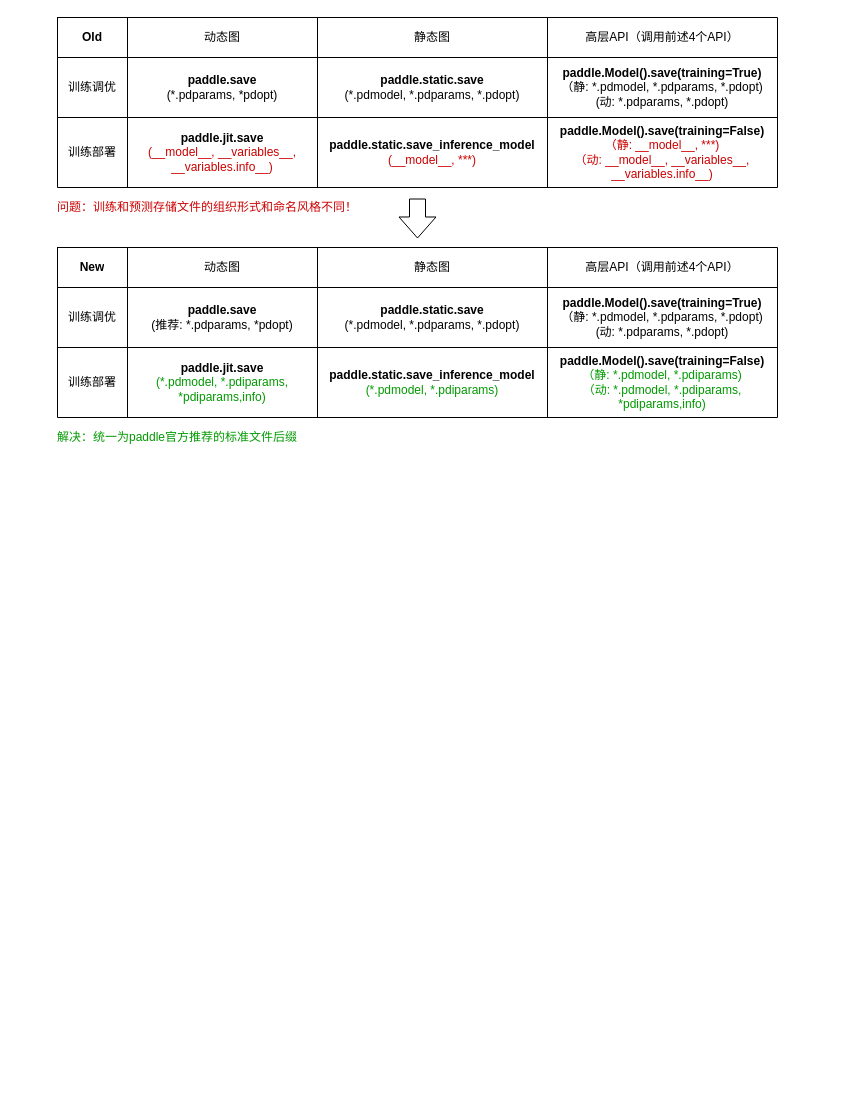
hbwx24/draw.io keeps this draw.io diagram as page "save-result" (1 of 4) of diagrams/new_save_load.drawio. Above is the earlier version. Source tidied: cells renumbered, new cells numbered last; positions are measured from the earlier drawing's top-left corner, leaving out a move shared by most shapes. Both pictures are drawn from the tidied source at 100%, with x=0, y=0 at pixel (17, 17).
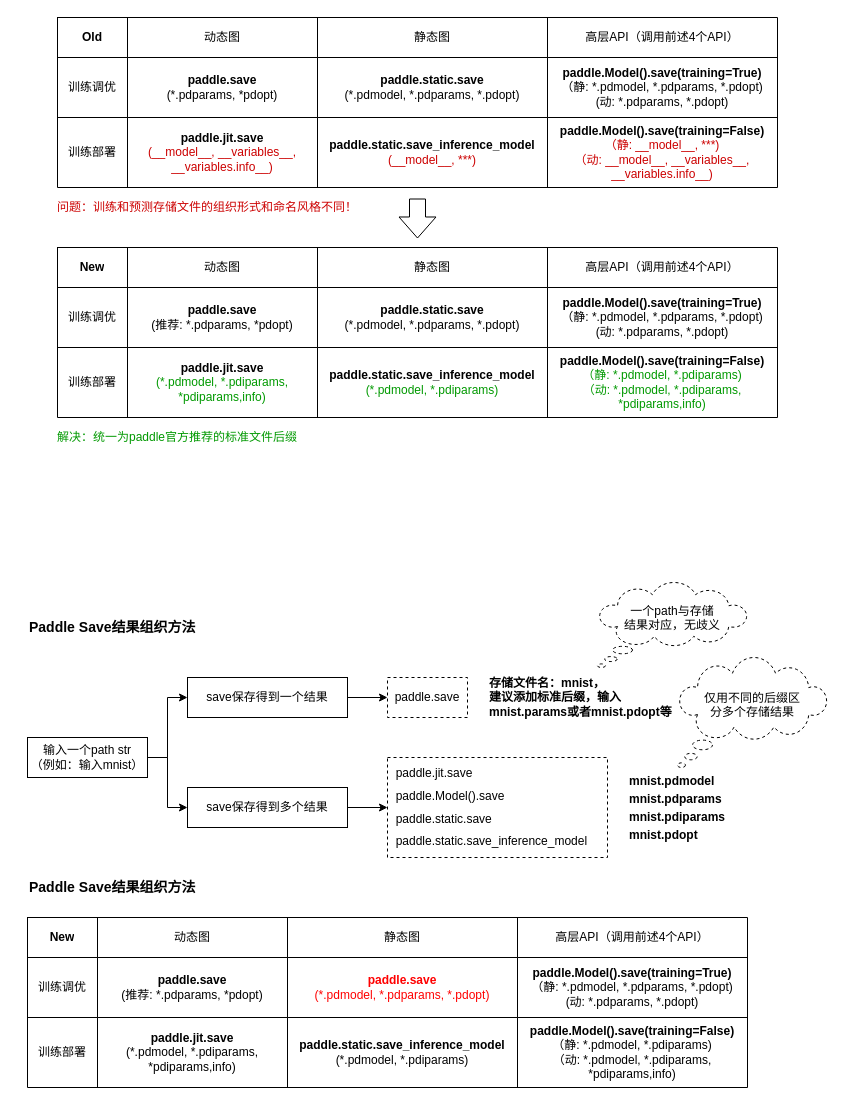
Above is the later version.

What changed in the source:
```diff
@@
+    <mxCell id="37" style="edgeStyle=orthogonalEdgeStyle;rounded=0;jettySize=auto;html=1;entryX=0;entryY=0.5;entryDx=0;entryDy=0;" parent="1" edge="1" source="39" target="41">
+      <mxGeometry relative="1" as="geometry" />
+    </mxCell>
+    <mxCell id="38" style="edgeStyle=orthogonalEdgeStyle;rounded=0;jettySize=auto;html=1;entryX=0;entryY=0.5;entryDx=0;entryDy=0;" parent="1" edge="1" source="39" target="43">
+      <mxGeometry relative="1" as="geometry" />
+    </mxCell>
+    <mxCell id="39" value="输入一个path str&lt;br&gt;（例如：输入mnist）" style="rounded=0;whiteSpace=wrap;html=1;" parent="1" vertex="1">
+      <mxGeometry x="10" y="720" width="120" height="40" as="geometry" />
+    </mxCell>
+    <mxCell id="40" style="edgeStyle=orthogonalEdgeStyle;rounded=0;jettySize=auto;html=1;entryX=0;entryY=0.5;entryDx=0;entryDy=0;" parent="1" edge="1" source="41" target="44">
+      <mxGeometry relative="1" as="geometry" />
+    </mxCell>
+    <mxCell id="41" value="save保存得到一个结果" style="rounded=0;whiteSpace=wrap;html=1;" parent="1" vertex="1">
+      <mxGeometry x="170" y="660" width="160" height="40" as="geometry" />
+    </mxCell>
+    <mxCell id="42" style="edgeStyle=orthogonalEdgeStyle;rounded=0;jettySize=auto;html=1;entryX=0;entryY=0.5;entryDx=0;entryDy=0;" parent="1" edge="1" source="43" target="45">
+      <mxGeometry relative="1" as="geometry" />
+    </mxCell>
+    <mxCell id="43" value="save保存得到多个结果" style="rounded=0;whiteSpace=wrap;html=1;" parent="1" vertex="1">
+      <mxGeometry x="170" y="770" width="160" height="40" as="geometry" />
+    </mxCell>
+    <mxCell id="44" value="paddle.save" style="rounded=0;whiteSpace=wrap;html=1;dashed=1;" parent="1" vertex="1">
+      <mxGeometry x="370" y="660" width="80" height="40" as="geometry" />
+    </mxCell>
+    <mxCell id="45" value="&lt;p style=&quot;line-height: 190%&quot;&gt;&amp;nbsp; paddle.jit.save&lt;br&gt;&amp;nbsp; paddle.Model().save&lt;br&gt;&amp;nbsp; paddle.static.save&lt;br&gt;&amp;nbsp; paddle.static.save_inference_model&lt;/p&gt;" style="rounded=0;whiteSpace=wrap;html=1;align=left;dashed=1;" parent="1" vertex="1">
+      <mxGeometry x="370" y="740" width="220" height="100" as="geometry" />
+    </mxCell>
+    <mxCell id="46" value="&lt;b style=&quot;line-height: 150%&quot;&gt;mnist.pdmodel&lt;br&gt;mnist.pdparams&lt;br&gt;mnist.pdiparams&lt;br&gt;mnist.pdopt&lt;/b&gt;" style="text;html=1;strokeColor=none;fillColor=none;align=left;verticalAlign=middle;whiteSpace=wrap;rounded=0;" parent="1" vertex="1">
+      <mxGeometry x="610" y="750" width="90" height="80" as="geometry" />
+    </mxCell>
+    <mxCell id="47" value="仅用不同的后缀区&lt;br&gt;分多个存储结果&lt;br&gt;&amp;nbsp;&amp;nbsp;" style="whiteSpace=wrap;html=1;shape=mxgraph.basic.cloud_callout;dashed=1;" parent="1" vertex="1">
+      <mxGeometry x="660" y="640" width="150" height="110" as="geometry" />
+    </mxCell>
+    <mxCell id="48" value="&lt;b&gt;存储文件名：mnist，&lt;br&gt;建议添加标准后缀，输入mnist.params或者mnist.pdopt等&lt;/b&gt;" style="text;html=1;strokeColor=none;fillColor=none;align=left;verticalAlign=middle;whiteSpace=wrap;rounded=0;" parent="1" vertex="1">
+      <mxGeometry x="470" y="650" width="190" height="60" as="geometry" />
+    </mxCell>
+    <mxCell id="49" value="一个path与存储&lt;br&gt;结果对应，无歧义&lt;br&gt;&lt;br&gt;" style="whiteSpace=wrap;html=1;shape=mxgraph.basic.cloud_callout;dashed=1;" parent="1" vertex="1">
+      <mxGeometry x="580" y="565" width="150" height="85" as="geometry" />
+    </mxCell>
+    <mxCell id="50" value="&lt;b&gt;&lt;font style=&quot;font-size: 14px&quot;&gt;Paddle Save结果组织方法&lt;/font&gt;&lt;/b&gt;" style="text;html=1;strokeColor=none;fillColor=none;align=left;verticalAlign=middle;whiteSpace=wrap;rounded=0;" parent="1" vertex="1">
+      <mxGeometry x="10" y="590" width="180" height="40" as="geometry" />
+    </mxCell>
+    <mxCell id="51" style="shape=table;html=1;whiteSpace=wrap;startSize=0;childLayout=tableLayout;" parent="1" vertex="1">
+      <mxGeometry x="10" y="900" width="720" height="170" as="geometry" />
+    </mxCell>
+    <mxCell id="52" style="shape=partialRectangle;html=1;whiteSpace=wrap;fillColor=none;top=0;left=0;bottom=0;right=0;" parent="51" vertex="1">
+      <mxGeometry width="720" height="40" as="geometry" />
+    </mxCell>
+    <mxCell id="53" value="New" style="shape=partialRectangle;html=1;whiteSpace=wrap;overflow=hidden;fillColor=none;top=0;left=0;bottom=0;right=0;fontStyle=1;" parent="52" vertex="1">
+      <mxGeometry width="70" height="40" as="geometry" />
+    </mxCell>
+    <mxCell id="54" value="动态图" style="shape=partialRectangle;html=1;whiteSpace=wrap;overflow=hidden;fillColor=none;top=0;left=0;bottom=0;right=0;" parent="52" vertex="1">
+      <mxGeometry x="70" width="190" height="40" as="geometry" />
+    </mxCell>
+    <mxCell id="55" value="静态图" style="shape=partialRectangle;html=1;whiteSpace=wrap;overflow=hidden;fillColor=none;top=0;left=0;bottom=0;right=0;" parent="52" vertex="1">
+      <mxGeometry x="260" width="230" height="40" as="geometry" />
+    </mxCell>
+    <mxCell id="56" value="高层API（调用前述4个API）" style="shape=partialRectangle;html=1;whiteSpace=wrap;overflow=hidden;fillColor=none;top=0;left=0;bottom=0;right=0;" parent="52" vertex="1">
+      <mxGeometry x="490" width="230" height="40" as="geometry" />
+    </mxCell>
+    <mxCell id="57" style="shape=partialRectangle;html=1;whiteSpace=wrap;fillColor=none;top=0;left=0;bottom=0;right=0;" parent="51" vertex="1">
+      <mxGeometry y="40" width="720" height="60" as="geometry" />
+    </mxCell>
+    <mxCell id="58" value="训练调优" style="shape=partialRectangle;html=1;whiteSpace=wrap;overflow=hidden;fillColor=none;top=0;left=0;bottom=0;right=0;" parent="57" vertex="1">
+      <mxGeometry width="70" height="60" as="geometry" />
+    </mxCell>
+    <mxCell id="59" value="&lt;b&gt;paddle.save&lt;/b&gt;&lt;br&gt;(推荐: *.pdparams, *pdopt)" style="shape=partialRectangle;html=1;whiteSpace=wrap;overflow=hidden;fillColor=none;top=0;left=0;bottom=0;right=0;" parent="57" vertex="1">
+      <mxGeometry x="70" width="190" height="60" as="geometry" />
+    </mxCell>
+    <mxCell id="60" value="&lt;font color=&quot;#ff0000&quot;&gt;&lt;b&gt;paddle.save&lt;/b&gt;&lt;br&gt;(*.pdmodel, *.pdparams, *.pdopt)&lt;/font&gt;" style="shape=partialRectangle;html=1;whiteSpace=wrap;overflow=hidden;fillColor=none;top=0;left=0;bottom=0;right=0;" parent="57" vertex="1">
+      <mxGeometry x="260" width="230" height="60" as="geometry" />
+    </mxCell>
+    <mxCell id="61" value="&lt;b&gt;paddle.Model().save(training=True)&lt;/b&gt;&lt;br&gt;（静: *.pdmodel, *.pdparams, *.pdopt)&lt;br&gt;(动: *.pdparams, *.pdopt)" style="shape=partialRectangle;html=1;whiteSpace=wrap;overflow=hidden;fillColor=none;top=0;left=0;bottom=0;right=0;" parent="57" vertex="1">
+      <mxGeometry x="490" width="230" height="60" as="geometry" />
+    </mxCell>
+    <mxCell id="62" style="shape=partialRectangle;html=1;whiteSpace=wrap;fillColor=none;top=0;left=0;bottom=0;right=0;" parent="51" vertex="1">
+      <mxGeometry y="100" width="720" height="70" as="geometry" />
+    </mxCell>
+    <mxCell id="63" value="训练部署" style="shape=partialRectangle;html=1;whiteSpace=wrap;overflow=hidden;fillColor=none;top=0;left=0;bottom=0;right=0;" parent="62" vertex="1">
+      <mxGeometry width="70" height="70" as="geometry" />
+    </mxCell>
+    <mxCell id="64" value="&lt;b&gt;paddle.jit.save&lt;/b&gt;&lt;br&gt;(*.pdmodel, *.pdiparams, *pdiparams,info)" style="shape=partialRectangle;html=1;whiteSpace=wrap;overflow=hidden;fillColor=none;top=0;left=0;bottom=0;right=0;" parent="62" vertex="1">
+      <mxGeometry x="70" width="190" height="70" as="geometry" />
+    </mxCell>
+    <mxCell id="65" value="&lt;b&gt;paddle.static.save_inference_model&lt;/b&gt;&lt;br&gt;(*.pdmodel, *.pdiparams)" style="shape=partialRectangle;html=1;whiteSpace=wrap;overflow=hidden;fillColor=none;top=0;left=0;bottom=0;right=0;" parent="62" vertex="1">
+      <mxGeometry x="260" width="230" height="70" as="geometry" />
+    </mxCell>
+    <mxCell id="66" value="&lt;b&gt;paddle.Model().save(training=False)&lt;/b&gt;&lt;br&gt;（静: *.pdmodel, *.pdiparams)&lt;br&gt;（动: *.pdmodel, *.pdiparams, *pdiparams,info)" style="shape=partialRectangle;html=1;whiteSpace=wrap;overflow=hidden;fillColor=none;top=0;left=0;bottom=0;right=0;" parent="62" vertex="1">
+      <mxGeometry x="490" width="230" height="70" as="geometry" />
+    </mxCell>
+    <mxCell id="67" value="&lt;b&gt;&lt;font style=&quot;font-size: 14px&quot;&gt;Paddle Save结果组织方法&lt;/font&gt;&lt;/b&gt;" style="text;html=1;strokeColor=none;fillColor=none;align=left;verticalAlign=middle;whiteSpace=wrap;rounded=0;" parent="1" vertex="1">
+      <mxGeometry x="10" y="850" width="180" height="40" as="geometry" />
+    </mxCell>
```
